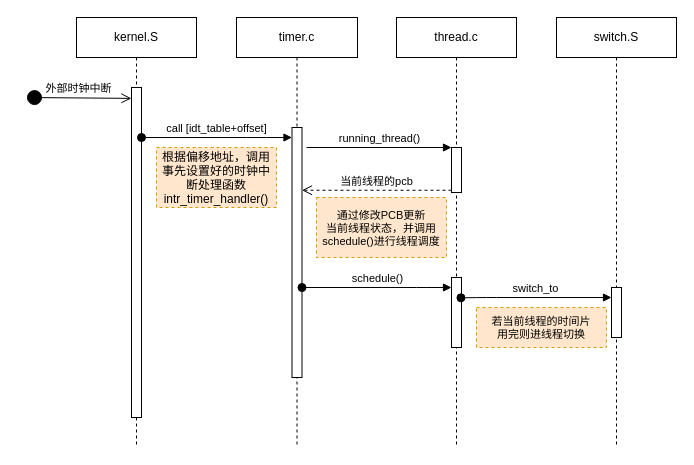
The draw.io diagram page "线程调度时序图" (5 of 6) of Untitled Diagram.drawio in biizheng/buildos, before the edit. Source tidied: cells renumbered, new cells numbered last; positions are measured from the earlier drawing's top-left corner, leaving out a move shared by most shapes. Both pictures are drawn from the tidied source at 100%, with x=0, y=0 at pixel (26, 17).
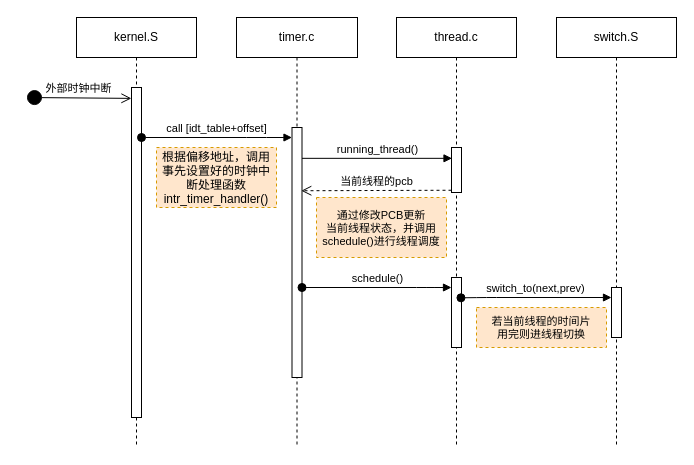
Above is the later version.

Commit message:
获取输出锁

The change refers to these unchanged cells:
```xml
<mxCell id="5" style="html=1;points=[];perimeter=orthogonalPerimeter;" parent="4" vertex="1">
  <mxGeometry x="55.5" y="110" width="10" height="250" as="geometry" />
</mxCell>
<mxCell id="7" style="html=1;points=[];perimeter=orthogonalPerimeter;shadow=0;sketch=0;align=center;verticalAlign=middle;" parent="6" vertex="1">
  <mxGeometry x="55" y="260" width="10" height="70" as="geometry" />
</mxCell>
<mxCell id="8" style="html=1;points=[];perimeter=orthogonalPerimeter;shadow=0;sketch=0;align=center;verticalAlign=middle;" parent="6" vertex="1">
  <mxGeometry x="55" y="130" width="10" height="45" as="geometry" />
</mxCell>
```

Change to the diagram source:
```diff
@@
-    <mxCell id="15" value="running_thread()" style="html=1;verticalAlign=bottom;endArrow=block;entryX=0;entryY=0;" parent="1" edge="1" target="8">
-      <mxGeometry relative="1" as="geometry">
-        <mxPoint x="280" y="130" as="sourcePoint" />
-      </mxGeometry>
+    <mxCell id="15" value="running_thread()" style="html=1;verticalAlign=bottom;endArrow=block;entryX=0.052;entryY=0.241;entryDx=0;entryDy=0;entryPerimeter=0;" parent="1" edge="1" source="5" target="8">
+      <mxGeometry relative="1" as="geometry" />
     </mxCell>
-    <mxCell id="16" value="当前线程的pcb" style="html=1;verticalAlign=bottom;endArrow=open;dashed=1;endSize=8;exitX=0;exitY=0.95;" parent="1" edge="1" source="8" target="5">
+    <mxCell id="16" value="当前线程的pcb" style="html=1;verticalAlign=bottom;endArrow=open;dashed=1;endSize=8;exitX=0;exitY=0.95;entryX=0.93;entryY=0.253;entryDx=0;entryDy=0;entryPerimeter=0;" parent="1" edge="1" source="8" target="5">
       <mxGeometry relative="1" as="geometry" />
     </mxCell>
@@
-    <mxCell id="18" value="switch_to" style="html=1;verticalAlign=bottom;startArrow=oval;endArrow=block;startSize=8;fontSize=11;exitX=0.945;exitY=0.29;exitDx=0;exitDy=0;exitPerimeter=0;" parent="1" edge="1" source="7">
+    <mxCell id="18" value="switch_to(next,prev)" style="html=1;verticalAlign=bottom;startArrow=oval;endArrow=block;startSize=8;fontSize=11;exitX=0.945;exitY=0.29;exitDx=0;exitDy=0;exitPerimeter=0;" parent="1" edge="1" source="7">
       <mxGeometry relative="1" as="geometry">
         <mxPoint x="585" y="280" as="targetPoint" />
         <Array as="points">
           <mxPoint x="460" y="280" />
         </Array>
       </mxGeometry>
     </mxCell>
```
